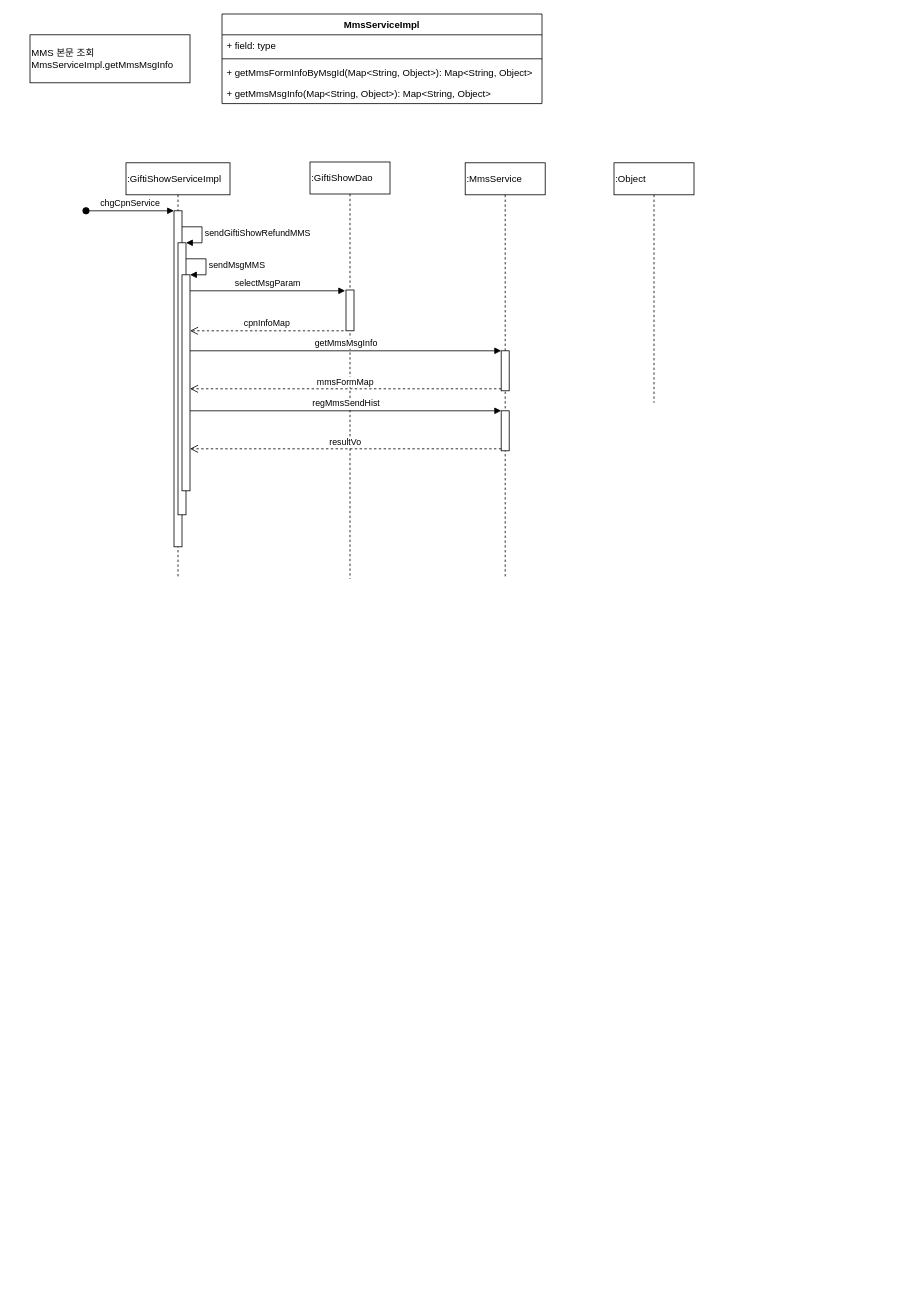
This is pointhub_MMS_발송.drawio from latemorning/sichuan, a draw.io file, before an edit. Source tidied: cells renumbered, new cells numbered last; positions are measured from the earlier drawing's top-left corner, leaving out a move shared by most shapes. Both pictures are drawn from the tidied source at 80%, with x=0, y=0 at pixel (30, 14).
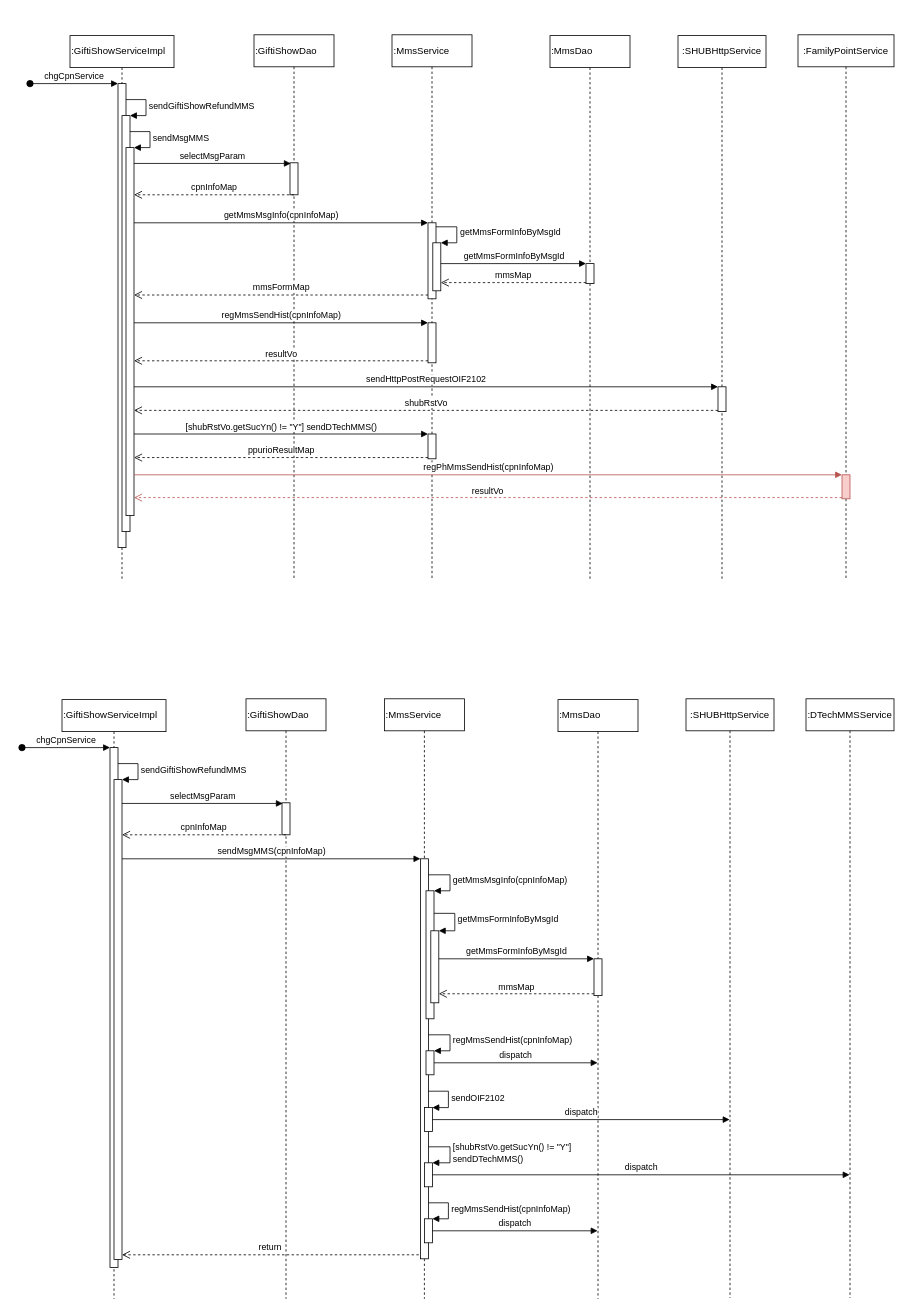
The same page after the edit.

What changed in the source:
```diff
@@
-    <mxCell id="2" value="MMS 본문 조회&lt;br&gt;MmsServiceImpl.getMmsMsgInfo" style="rounded=0;whiteSpace=wrap;html=1;align=left;" parent="1" vertex="1">
-      <mxGeometry y="26" width="200" height="60" as="geometry" />
-    </mxCell>
-    <mxCell id="3" value="MmsServiceImpl" style="swimlane;fontStyle=1;align=center;verticalAlign=top;horizontal=1;startSize=26;" parent="1" vertex="1">
-      <mxGeometry x="240" width="400" height="112" as="geometry" />
-    </mxCell>
-    <mxCell id="4" value="+ field: type" style="text;strokeColor=none;fillColor=none;align=left;verticalAlign=top;spacingLeft=4;spacingRight=4;overflow=hidden;" parent="3" vertex="1">
-      <mxGeometry y="26" width="400" height="26" as="geometry" />
-    </mxCell>
-    <mxCell id="5" style="line;strokeWidth=1;fillColor=none;align=left;verticalAlign=middle;spacingTop=-1;spacingLeft=3;spacingRight=3;labelPosition=right;" parent="3" vertex="1">
-      <mxGeometry y="52" width="400" height="8" as="geometry" />
-    </mxCell>
-    <mxCell id="6" value="+ getMmsFormInfoByMsgId(Map&lt;String, Object&gt;): Map&lt;String, Object&gt;" style="text;strokeColor=none;fillColor=none;align=left;verticalAlign=top;spacingLeft=4;spacingRight=4;overflow=hidden;" parent="3" vertex="1">
-      <mxGeometry y="60" width="400" height="26" as="geometry" />
-    </mxCell>
-    <mxCell id="7" value="+ getMmsMsgInfo(Map&lt;String, Object&gt;): Map&lt;String, Object&gt;" style="text;strokeColor=none;fillColor=none;align=left;verticalAlign=top;spacingLeft=4;spacingRight=4;overflow=hidden;" parent="3" vertex="1">
-      <mxGeometry y="86" width="400" height="26" as="geometry" />
-    </mxCell>
     <mxCell id="8" value=":GiftiShowServiceImpl" style="shape=umlLifeline;perimeter=lifelinePerimeter;whiteSpace=wrap;html=1;align=left;" parent="1" vertex="1">
-      <mxGeometry x="120" y="186" width="130" height="520" as="geometry" />
+      <mxGeometry x="50" y="27" width="130" height="679" as="geometry" />
     </mxCell>
     <mxCell id="9" style="html=1;points=[];perimeter=orthogonalPerimeter;align=left;" parent="8" vertex="1">
-      <mxGeometry x="60" y="60" width="10" height="420" as="geometry" />
+      <mxGeometry x="60" y="60" width="10" height="580" as="geometry" />
     </mxCell>
@@
     <mxCell id="11" style="html=1;points=[];perimeter=orthogonalPerimeter;align=left;" parent="8" vertex="1">
-      <mxGeometry x="65" y="100" width="10" height="340" as="geometry" />
+      <mxGeometry x="65" y="100" width="10" height="520" as="geometry" />
     </mxCell>
-    <mxCell id="12" value="sendGiftiShowRefundMMS" style="edgeStyle=orthogonalEdgeStyle;html=1;align=left;spacingLeft=2;endArrow=block;rounded=0;entryX=1;entryY=0;" parent="8" edge="1" target="11">
+    <mxCell id="12" value="sendGiftiShowRefundMMS" style="edgeStyle=orthogonalEdgeStyle;html=1;align=left;spacingLeft=2;endArrow=block;rounded=0;entryX=1;entryY=0;" parent="8" edge="1" source="9" target="11">
       <mxGeometry relative="1" as="geometry">
-        <mxPoint x="70" y="80" as="sourcePoint" />
         <Array as="points">
           <mxPoint x="95" y="80" />
+          <mxPoint x="95" y="100" />
         </Array>
       </mxGeometry>
     </mxCell>
     <mxCell id="13" style="html=1;points=[];perimeter=orthogonalPerimeter;align=left;" parent="8" vertex="1">
-      <mxGeometry x="70" y="140" width="10" height="270" as="geometry" />
+      <mxGeometry x="70" y="140" width="10" height="460" as="geometry" />
     </mxCell>
-    <mxCell id="14" value="sendMsgMMS" style="edgeStyle=orthogonalEdgeStyle;html=1;align=left;spacingLeft=2;endArrow=block;rounded=0;entryX=1;entryY=0;" parent="1" edge="1" target="13">
+    <mxCell id="14" value="sendMsgMMS" style="edgeStyle=orthogonalEdgeStyle;html=1;align=left;spacingLeft=2;endArrow=block;rounded=0;entryX=1;entryY=0;" parent="8" edge="1" source="11" target="13">
       <mxGeometry relative="1" as="geometry">
-        <mxPoint x="195" y="306" as="sourcePoint" />
         <Array as="points">
-          <mxPoint x="220" y="306" />
+          <mxPoint x="100" y="120" />
+          <mxPoint x="100" y="140" />
         </Array>
       </mxGeometry>
     </mxCell>
     <mxCell id="15" value=":GiftiShowDao" style="shape=umlLifeline;perimeter=lifelinePerimeter;whiteSpace=wrap;html=1;align=left;" parent="1" vertex="1">
-      <mxGeometry x="350" y="185" width="100" height="521" as="geometry" />
+      <mxGeometry x="280" y="26" width="100" height="680" as="geometry" />
     </mxCell>
     <mxCell id="16" style="html=1;points=[];perimeter=orthogonalPerimeter;align=left;" parent="15" vertex="1">
-      <mxGeometry x="45" y="160" width="10" height="51" as="geometry" />
+      <mxGeometry x="45" y="160" width="10" height="40" as="geometry" />
     </mxCell>
-    <mxCell id="17" value="selectMsgParam" style="html=1;verticalAlign=bottom;endArrow=block;" parent="1" edge="1" source="13">
-      <mxGeometry relative="1" as="geometry">
-        <mxPoint x="394" y="346" as="targetPoint" />
-      </mxGeometry>
+    <mxCell id="17" value="selectMsgParam" style="html=1;verticalAlign=bottom;endArrow=block;entryX=0.1;entryY=0.02;entryDx=0;entryDy=0;entryPerimeter=0;" parent="1" edge="1" source="13" target="16">
+      <mxGeometry relative="1" as="geometry" />
     </mxCell>
-    <mxCell id="18" value="cpnInfoMap" style="html=1;verticalAlign=bottom;endArrow=open;dashed=1;endSize=8;" parent="1" edge="1" target="13">
-      <mxGeometry relative="1" as="geometry">
-        <mxPoint x="392" y="396" as="sourcePoint" />
-      </mxGeometry>
+    <mxCell id="18" value="cpnInfoMap" style="html=1;verticalAlign=bottom;endArrow=open;dashed=1;endSize=8;exitX=0.5;exitY=1;exitDx=0;exitDy=0;exitPerimeter=0;" parent="1" edge="1" source="16" target="13">
+      <mxGeometry relative="1" as="geometry" />
     </mxCell>
     <mxCell id="19" value=":MmsService" style="shape=umlLifeline;perimeter=lifelinePerimeter;whiteSpace=wrap;html=1;align=left;" parent="1" vertex="1">
-      <mxGeometry x="544" y="186" width="100" height="520" as="geometry" />
+      <mxGeometry x="452.5" y="26" width="100" height="679" as="geometry" />
     </mxCell>
     <mxCell id="20" style="html=1;points=[];perimeter=orthogonalPerimeter;align=left;" parent="19" vertex="1">
-      <mxGeometry x="45" y="235" width="10" height="50" as="geometry" />
+      <mxGeometry x="45" y="235" width="10" height="95" as="geometry" />
     </mxCell>
+    <mxCell id="27" style="html=1;points=[];perimeter=orthogonalPerimeter;" parent="19" vertex="1">
+      <mxGeometry x="51" y="260" width="10" height="60" as="geometry" />
+    </mxCell>
+    <mxCell id="28" value="getMmsFormInfoByMsgId" style="edgeStyle=orthogonalEdgeStyle;html=1;align=left;spacingLeft=2;endArrow=block;rounded=0;entryX=1;entryY=0;" parent="19" edge="1" source="20" target="27">
+      <mxGeometry relative="1" as="geometry">
+        <Array as="points">
+          <mxPoint x="81" y="240" />
+          <mxPoint x="81" y="260" />
+        </Array>
+      </mxGeometry>
+    </mxCell>
+    <mxCell id="29" style="group;" parent="19" vertex="1">
+      <mxGeometry x="45" y="360" width="10" height="50" as="geometry" />
+    </mxCell>
-    <mxCell id="21" style="html=1;points=[];perimeter=orthogonalPerimeter;align=left;" parent="19" vertex="1">
-      <mxGeometry x="45" y="310" width="10" height="50" as="geometry" />
+    <mxCell id="21" style="html=1;points=[];perimeter=orthogonalPerimeter;align=left;" parent="29" vertex="1">
+      <mxGeometry width="10" height="50" as="geometry" />
     </mxCell>
+    <mxCell id="30" style="html=1;points=[];perimeter=orthogonalPerimeter;" parent="19" vertex="1">
+      <mxGeometry x="45" y="499" width="10" height="31" as="geometry" />
+    </mxCell>
-    <mxCell id="22" value="getMmsMsgInfo" style="html=1;verticalAlign=bottom;endArrow=block;entryX=0;entryY=0;" parent="1" edge="1" source="13" target="20">
+    <mxCell id="22" value="getMmsMsgInfo(cpnInfoMap)" style="html=1;verticalAlign=bottom;endArrow=block;entryX=0;entryY=0;" parent="1" edge="1" source="13" target="20">
       <mxGeometry relative="1" as="geometry" />
     </mxCell>
@@
+    <mxCell id="26" value=":MmsDao" style="shape=umlLifeline;perimeter=lifelinePerimeter;whiteSpace=wrap;html=1;align=left;" parent="1" vertex="1">
+      <mxGeometry x="650" y="27" width="100" height="679" as="geometry" />
+    </mxCell>
+    <mxCell id="31" style="html=1;points=[];perimeter=orthogonalPerimeter;" parent="26" vertex="1">
+      <mxGeometry x="45" y="285" width="10" height="25" as="geometry" />
+    </mxCell>
+    <mxCell id="32" value="getMmsFormInfoByMsgId" style="html=1;verticalAlign=bottom;endArrow=block;entryX=0;entryY=0;" parent="1" edge="1" source="27" target="31">
+      <mxGeometry relative="1" as="geometry" />
+    </mxCell>
+    <mxCell id="33" value="mmsMap" style="html=1;verticalAlign=bottom;endArrow=open;dashed=1;endSize=8;exitX=0;exitY=0.95;" parent="1" edge="1" source="31" target="27">
+      <mxGeometry relative="1" as="geometry" />
+    </mxCell>
+    <mxCell id="34" value=":SHUBHttpService" style="shape=umlLifeline;perimeter=lifelinePerimeter;whiteSpace=wrap;html=1;" parent="1" vertex="1">
+      <mxGeometry x="810" y="27" width="110" height="679" as="geometry" />
+    </mxCell>
+    <mxCell id="35" style="html=1;points=[];perimeter=orthogonalPerimeter;" parent="34" vertex="1">
+      <mxGeometry x="50" y="439" width="10" height="31" as="geometry" />
+    </mxCell>
+    <mxCell id="36" value="sendHttpPostRequestOIF2102" style="html=1;verticalAlign=bottom;endArrow=block;entryX=0;entryY=0;" parent="1" edge="1" source="13" target="35">
+      <mxGeometry relative="1" as="geometry" />
+    </mxCell>
+    <mxCell id="37" value="shubRstVo" style="html=1;verticalAlign=bottom;endArrow=open;dashed=1;endSize=8;exitX=0;exitY=0.95;" parent="1" edge="1" source="35" target="13">
+      <mxGeometry relative="1" as="geometry" />
+    </mxCell>
+    <mxCell id="38" value="ppurioResultMap" style="html=1;verticalAlign=bottom;endArrow=open;dashed=1;endSize=8;exitX=0;exitY=0.95;" parent="1" edge="1" source="30" target="13">
+      <mxGeometry relative="1" as="geometry" />
+    </mxCell>
+    <mxCell id="39" value="[shubRstVo.getSucYn() != &quot;Y&quot;]&amp;nbsp;sendDTechMMS()" style="html=1;verticalAlign=bottom;endArrow=block;entryX=0;entryY=0;" parent="1" edge="1" source="13" target="30">
+      <mxGeometry relative="1" as="geometry" />
+    </mxCell>
+    <mxCell id="25" value="resultVo" style="html=1;verticalAlign=bottom;endArrow=open;dashed=1;endSize=8;exitX=0;exitY=0.95;" parent="1" edge="1" source="21" target="13">
+      <mxGeometry relative="1" as="geometry" />
+    </mxCell>
-    <mxCell id="24" value="regMmsSendHist" style="html=1;verticalAlign=bottom;endArrow=block;entryX=0;entryY=0;" parent="1" edge="1" target="21">
-      <mxGeometry relative="1" as="geometry">
-        <mxPoint x="200" y="496" as="sourcePoint" />
-      </mxGeometry>
+    <mxCell id="24" value="regMmsSendHist(cpnInfoMap)" style="html=1;verticalAlign=bottom;endArrow=block;entryX=0;entryY=0;" parent="1" edge="1" source="13" target="21">
+      <mxGeometry relative="1" as="geometry" />
     </mxCell>
-    <mxCell id="25" value="resultVo" style="html=1;verticalAlign=bottom;endArrow=open;dashed=1;endSize=8;exitX=0;exitY=0.95;" parent="1" edge="1" source="21">
-      <mxGeometry relative="1" as="geometry">
-        <mxPoint x="200" y="543.5" as="targetPoint" />
-      </mxGeometry>
-    </mxCell>
-    <mxCell id="26" value=":Object" style="shape=umlLifeline;perimeter=lifelinePerimeter;whiteSpace=wrap;html=1;align=left;" parent="1" vertex="1">
-      <mxGeometry x="730" y="186" width="100" height="300" as="geometry" />
-    </mxCell>
+    <mxCell id="40" value=":FamilyPointService" style="shape=umlLifeline;perimeter=lifelinePerimeter;whiteSpace=wrap;html=1;" parent="1" vertex="1">
+      <mxGeometry x="960" y="26" width="120" height="679" as="geometry" />
+    </mxCell>
+    <mxCell id="41" style="html=1;points=[];perimeter=orthogonalPerimeter;fillColor=#f8cecc;strokeColor=#b85450;" parent="40" vertex="1">
+      <mxGeometry x="55" y="550" width="10" height="30" as="geometry" />
+    </mxCell>
+    <mxCell id="42" value="regPhMmsSendHist(cpnInfoMap)" style="html=1;verticalAlign=bottom;endArrow=block;entryX=0;entryY=0;fillColor=#f8cecc;strokeColor=#B85450;" parent="1" edge="1" source="13" target="41">
+      <mxGeometry relative="1" as="geometry" />
+    </mxCell>
+    <mxCell id="43" value="resultVo" style="html=1;verticalAlign=bottom;endArrow=open;dashed=1;endSize=8;exitX=0;exitY=0.95;fillColor=#f8cecc;strokeColor=#b85450;" parent="1" edge="1" source="41" target="13">
+      <mxGeometry relative="1" as="geometry" />
+    </mxCell>
+    <mxCell id="44" value=":GiftiShowServiceImpl" style="shape=umlLifeline;perimeter=lifelinePerimeter;whiteSpace=wrap;html=1;align=left;" parent="1" vertex="1">
+      <mxGeometry x="40" y="857" width="130" height="749" as="geometry" />
+    </mxCell>
+    <mxCell id="45" style="html=1;points=[];perimeter=orthogonalPerimeter;align=left;" parent="44" vertex="1">
+      <mxGeometry x="60" y="60" width="10" height="650" as="geometry" />
+    </mxCell>
+    <mxCell id="46" value="chgCpnService" style="html=1;verticalAlign=bottom;startArrow=oval;endArrow=block;startSize=8;" parent="44" edge="1" target="45">
+      <mxGeometry relative="1" as="geometry">
+        <mxPoint x="-50" y="60" as="sourcePoint" />
+      </mxGeometry>
+    </mxCell>
+    <mxCell id="47" style="html=1;points=[];perimeter=orthogonalPerimeter;align=left;" parent="44" vertex="1">
+      <mxGeometry x="65" y="100" width="10" height="600" as="geometry" />
+    </mxCell>
+    <mxCell id="48" value="sendGiftiShowRefundMMS" style="edgeStyle=orthogonalEdgeStyle;html=1;align=left;spacingLeft=2;endArrow=block;rounded=0;entryX=1;entryY=0;" parent="44" edge="1" source="45" target="47">
+      <mxGeometry relative="1" as="geometry">
+        <Array as="points">
+          <mxPoint x="95" y="80" />
+          <mxPoint x="95" y="100" />
+        </Array>
+      </mxGeometry>
+    </mxCell>
+    <mxCell id="49" value=":GiftiShowDao" style="shape=umlLifeline;perimeter=lifelinePerimeter;whiteSpace=wrap;html=1;align=left;" parent="1" vertex="1">
+      <mxGeometry x="270" y="856" width="100" height="750" as="geometry" />
+    </mxCell>
+    <mxCell id="50" style="html=1;points=[];perimeter=orthogonalPerimeter;align=left;" parent="49" vertex="1">
+      <mxGeometry x="45" y="130" width="10" height="40" as="geometry" />
+    </mxCell>
+    <mxCell id="51" value="selectMsgParam" style="html=1;verticalAlign=bottom;endArrow=block;entryX=0.1;entryY=0.02;entryDx=0;entryDy=0;entryPerimeter=0;" parent="1" edge="1" source="47" target="50">
+      <mxGeometry relative="1" as="geometry" />
+    </mxCell>
+    <mxCell id="52" value="cpnInfoMap" style="html=1;verticalAlign=bottom;endArrow=open;dashed=1;endSize=8;exitX=0.5;exitY=1;exitDx=0;exitDy=0;exitPerimeter=0;" parent="1" edge="1" source="50" target="47">
+      <mxGeometry relative="1" as="geometry" />
+    </mxCell>
+    <mxCell id="53" value=":MmsService" style="shape=umlLifeline;perimeter=lifelinePerimeter;whiteSpace=wrap;html=1;align=left;" parent="1" vertex="1">
+      <mxGeometry x="443" y="856" width="100" height="750" as="geometry" />
+    </mxCell>
+    <mxCell id="54" style="html=1;points=[];perimeter=orthogonalPerimeter;" parent="53" vertex="1">
+      <mxGeometry x="45" y="200" width="10" height="500" as="geometry" />
+    </mxCell>
+    <mxCell id="55" style="html=1;points=[];perimeter=orthogonalPerimeter;" parent="53" vertex="1">
+      <mxGeometry x="52" y="240" width="10" height="160" as="geometry" />
+    </mxCell>
+    <mxCell id="56" value="&lt;span style=&quot;text-align: center&quot;&gt;getMmsMsgInfo(cpnInfoMap)&lt;/span&gt;" style="edgeStyle=orthogonalEdgeStyle;html=1;align=left;spacingLeft=2;endArrow=block;rounded=0;entryX=1;entryY=0;" parent="53" edge="1" source="54" target="55">
+      <mxGeometry relative="1" as="geometry">
+        <Array as="points">
+          <mxPoint x="82" y="220" />
+          <mxPoint x="82" y="240" />
+        </Array>
+      </mxGeometry>
+    </mxCell>
+    <mxCell id="57" style="html=1;points=[];perimeter=orthogonalPerimeter;" parent="53" vertex="1">
+      <mxGeometry x="58" y="290" width="10" height="90" as="geometry" />
+    </mxCell>
+    <mxCell id="58" value="getMmsFormInfoByMsgId" style="edgeStyle=orthogonalEdgeStyle;html=1;align=left;spacingLeft=2;endArrow=block;rounded=0;entryX=1;entryY=0;exitX=0.997;exitY=0.176;exitDx=0;exitDy=0;exitPerimeter=0;" parent="53" edge="1" source="55" target="57">
+      <mxGeometry relative="1" as="geometry">
+        <Array as="points">
+          <mxPoint x="88" y="268" />
+          <mxPoint x="88" y="290" />
+        </Array>
+      </mxGeometry>
+    </mxCell>
+    <mxCell id="59" style="html=1;points=[];perimeter=orthogonalPerimeter;" parent="53" vertex="1">
+      <mxGeometry x="52" y="440" width="10" height="30" as="geometry" />
+    </mxCell>
+    <mxCell id="60" value="&lt;span style=&quot;text-align: center&quot;&gt;regMmsSendHist(cpnInfoMap)&lt;/span&gt;" style="edgeStyle=orthogonalEdgeStyle;html=1;align=left;spacingLeft=2;endArrow=block;rounded=0;entryX=1;entryY=0;" parent="53" edge="1" source="54" target="59">
+      <mxGeometry relative="1" as="geometry">
+        <Array as="points">
+          <mxPoint x="82" y="420" />
+          <mxPoint x="82" y="440" />
+        </Array>
+      </mxGeometry>
+    </mxCell>
+    <mxCell id="61" style="html=1;points=[];perimeter=orthogonalPerimeter;" parent="53" vertex="1">
+      <mxGeometry x="50" y="511" width="10" height="30" as="geometry" />
+    </mxCell>
+    <mxCell id="62" value="&lt;span style=&quot;text-align: center&quot;&gt;sendOIF2102&lt;/span&gt;" style="edgeStyle=orthogonalEdgeStyle;html=1;align=left;spacingLeft=2;endArrow=block;rounded=0;entryX=1;entryY=0;" parent="53" edge="1" target="61">
+      <mxGeometry relative="1" as="geometry">
+        <mxPoint x="55" y="490.5" as="sourcePoint" />
+        <Array as="points">
+          <mxPoint x="80" y="490.5" />
+        </Array>
+      </mxGeometry>
+    </mxCell>
+    <mxCell id="63" style="html=1;points=[];perimeter=orthogonalPerimeter;" parent="53" vertex="1">
+      <mxGeometry x="50" y="580" width="10" height="30" as="geometry" />
+    </mxCell>
+    <mxCell id="64" value="&lt;span style=&quot;text-align: center&quot;&gt;[shubRstVo.getSucYn() != &quot;Y&quot;]&amp;nbsp;&lt;br&gt;sendDTechMMS()&lt;/span&gt;" style="edgeStyle=orthogonalEdgeStyle;html=1;align=left;spacingLeft=2;endArrow=block;rounded=0;entryX=1;entryY=0;" parent="53" edge="1" target="63">
+      <mxGeometry relative="1" as="geometry">
+        <mxPoint x="55" y="560" as="sourcePoint" />
+        <Array as="points">
+          <mxPoint x="82" y="560" />
+          <mxPoint x="82" y="580" />
+        </Array>
+      </mxGeometry>
+    </mxCell>
+    <mxCell id="65" style="html=1;points=[];perimeter=orthogonalPerimeter;" parent="53" vertex="1">
+      <mxGeometry x="50" y="650" width="10" height="30" as="geometry" />
+    </mxCell>
+    <mxCell id="66" value="&lt;span style=&quot;text-align: center&quot;&gt;regMmsSendHist(cpnInfoMap)&lt;/span&gt;" style="edgeStyle=orthogonalEdgeStyle;html=1;align=left;spacingLeft=2;endArrow=block;rounded=0;entryX=1;entryY=0;" parent="53" edge="1" target="65">
+      <mxGeometry relative="1" as="geometry">
+        <mxPoint x="55" y="630" as="sourcePoint" />
+        <Array as="points">
+          <mxPoint x="80" y="630" />
+        </Array>
+      </mxGeometry>
+    </mxCell>
+    <mxCell id="67" value=":MmsDao" style="shape=umlLifeline;perimeter=lifelinePerimeter;whiteSpace=wrap;html=1;outlineConnect=0;align=left;" parent="1" vertex="1">
+      <mxGeometry x="660" y="857" width="100" height="749" as="geometry" />
+    </mxCell>
+    <mxCell id="68" style="html=1;points=[];perimeter=orthogonalPerimeter;" parent="67" vertex="1">
+      <mxGeometry x="45" y="324" width="10" height="46" as="geometry" />
+    </mxCell>
+    <mxCell id="69" value="getMmsFormInfoByMsgId" style="html=1;verticalAlign=bottom;endArrow=block;entryX=0;entryY=0;" parent="1" edge="1" source="57" target="68">
+      <mxGeometry relative="1" as="geometry" />
+    </mxCell>
+    <mxCell id="70" value="mmsMap" style="html=1;verticalAlign=bottom;endArrow=open;dashed=1;endSize=8;exitX=0;exitY=0.95;" parent="1" edge="1" source="68" target="57">
+      <mxGeometry relative="1" as="geometry" />
+    </mxCell>
+    <mxCell id="71" value=":SHUBHttpService" style="shape=umlLifeline;perimeter=lifelinePerimeter;whiteSpace=wrap;html=1;outlineConnect=0;" parent="1" vertex="1">
+      <mxGeometry x="820" y="856" width="110" height="749" as="geometry" />
+    </mxCell>
+    <mxCell id="72" value="&lt;span style=&quot;text-align: left&quot;&gt;sendMsgMMS(&lt;/span&gt;cpnInfoMap&lt;span style=&quot;text-align: left&quot;&gt;)&lt;/span&gt;" style="html=1;verticalAlign=bottom;endArrow=block;entryX=0;entryY=0;" parent="1" edge="1" source="47" target="54">
+      <mxGeometry relative="1" as="geometry" />
+    </mxCell>
+    <mxCell id="73" value="return" style="html=1;verticalAlign=bottom;endArrow=open;dashed=1;endSize=8;exitX=-0.2;exitY=0.99;exitDx=0;exitDy=0;exitPerimeter=0;" parent="1" edge="1" source="54" target="47">
+      <mxGeometry relative="1" as="geometry" />
+    </mxCell>
+    <mxCell id="74" value="dispatch" style="html=1;verticalAlign=bottom;endArrow=block;" parent="1" edge="1" source="59" target="67">
+      <mxGeometry relative="1" as="geometry" />
+    </mxCell>
+    <mxCell id="75" value="dispatch" style="html=1;verticalAlign=bottom;endArrow=block;" parent="1" edge="1" source="61" target="71">
+      <mxGeometry relative="1" as="geometry" />
+    </mxCell>
+    <mxCell id="76" value=":DTechMMSService" style="shape=umlLifeline;perimeter=lifelinePerimeter;whiteSpace=wrap;html=1;outlineConnect=0;" parent="1" vertex="1">
+      <mxGeometry x="970" y="856" width="110" height="749" as="geometry" />
+    </mxCell>
+    <mxCell id="77" value="dispatch" style="html=1;verticalAlign=bottom;endArrow=block;" parent="1" edge="1" source="63" target="76">
+      <mxGeometry relative="1" as="geometry" />
+    </mxCell>
+    <mxCell id="78" value="dispatch" style="html=1;verticalAlign=bottom;endArrow=block;" parent="1" edge="1" source="65" target="67">
+      <mxGeometry relative="1" as="geometry" />
+    </mxCell>
```
